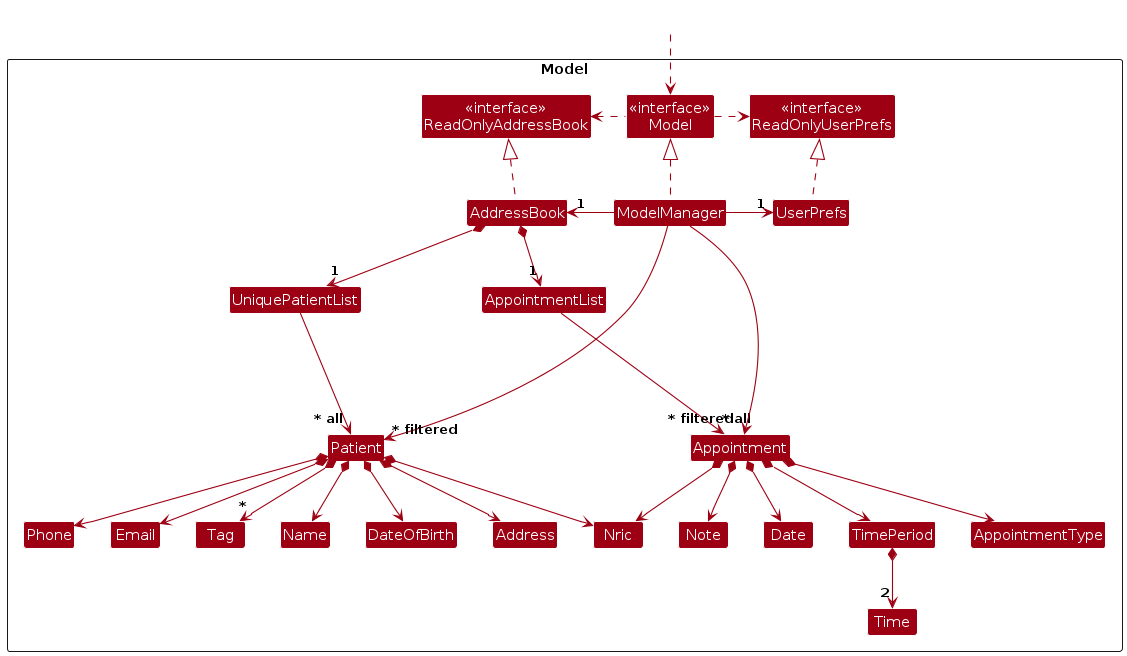
AY2324S2-CS2103T-F10-3/tp keeps this PlantUML diagram as diagrams/ModelClassDiagram.png. Above is the earlier version. Its source is kept beside it as diagrams/ModelClassDiagram.puml.
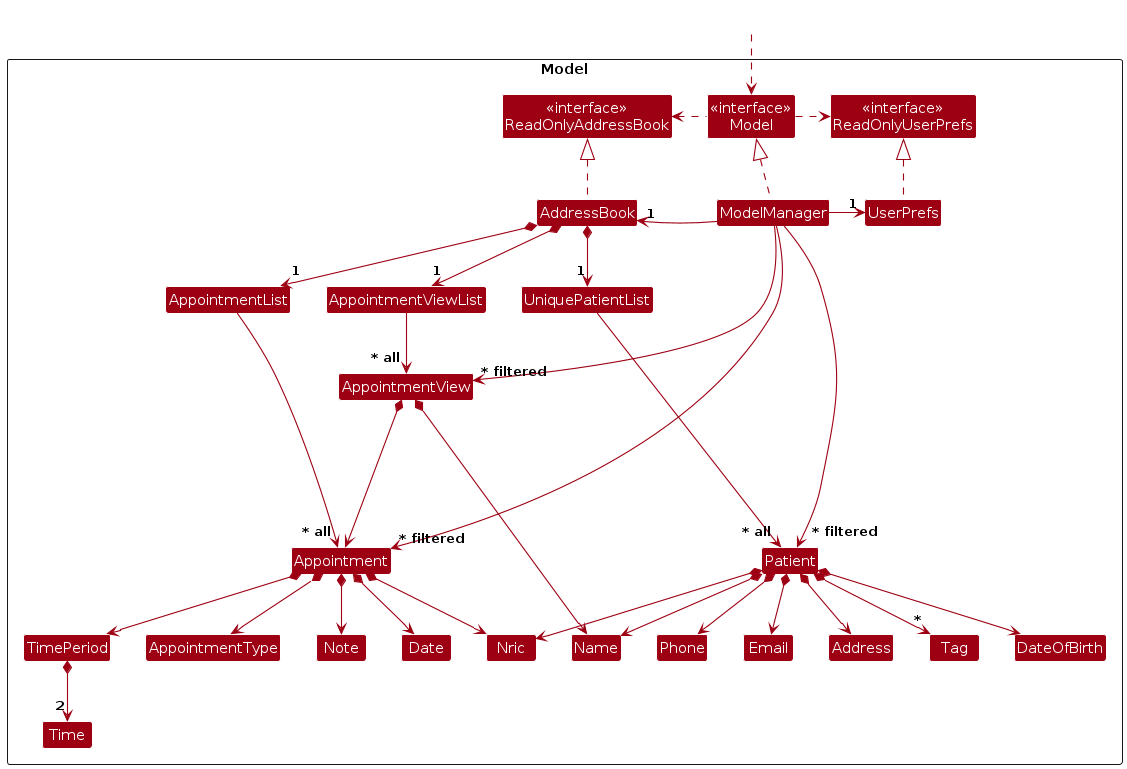
The same diagram one commit later.

Change to the diagram source:
```diff
@@ -21,8 +21,8 @@
 Class Name
 Class Phone
 Class Tag
+Class Nric
 
-Class Nric
 Class AppointmentList
 Class Appointment
 Class Date
@@ -31,8 +31,12 @@
 Class AppointmentType
 Class Note
 
+Class AppointmentViewList
+Class AppointmentView
+
 Class I #FFFFFF
 Class J #FFFFFF
+Class K #FFFFFF
 
 }
 
@@ -58,16 +62,6 @@
 Patient *--> Address
 Patient *--> "*" Tag
 
-Patient -[hidden]up--> I
-UniquePatientList -[hidden]right-> I
-
-Name -[hidden]right-> Nric
-Nric -[hidden]right-> DateOfBirth
-DateOfBirth -[hidden]right-> Address
-Address -[hidden]right-> Phone
-Phone -[hidden]right-> Address
-Address -[hidden]right-> Email
-
 AddressBook *--> "1" AppointmentList
 AppointmentList --> "~* all" Appointment
 Appointment *--> Nric
@@ -77,6 +71,9 @@
 Appointment *--> AppointmentType
 Appointment *--> Note
 
+AppointmentViewList -[hidden]Right-> UniquePatientList
+AppointmentList -[hidden]right-> AppointmentViewList
+
 Appointment -[hidden]up--> J
 AppointmentList -[hidden]right-> J
 
@@ -85,7 +82,27 @@
 TimePeriod -[hidden]right-> AppointmentType
 AppointmentType -[hidden]right-> Note
 
+AddressBook *--> "1" AppointmentViewList
+AppointmentViewList --> "~* all" AppointmentView
+AppointmentView *--> Appointment
+AppointmentView *--> Name
 
 ModelManager --> "~* filtered" Patient
 ModelManager --> "~* filtered" Appointment
+ModelManager --> "~* filtered" AppointmentView
+
+AddressBook -[hidden]right-> ModelManager
+
+Patient -[hidden]up-> I
+AppointmentView -[hidden]right-> J
+AppointmentViewList -[hidden]right-> K
+K -[hidden]up-> AddressBook
+J -[hidden]up-> AddressBook
+
+Nric -[hidden]right-> DateOfBirth
+DateOfBirth -[hidden]right-> Phone
+Phone -[hidden]right-> Email
+Email -[hidden]right-> Address
+Address -[hidden]right-> Tag
+
 @enduml
```
